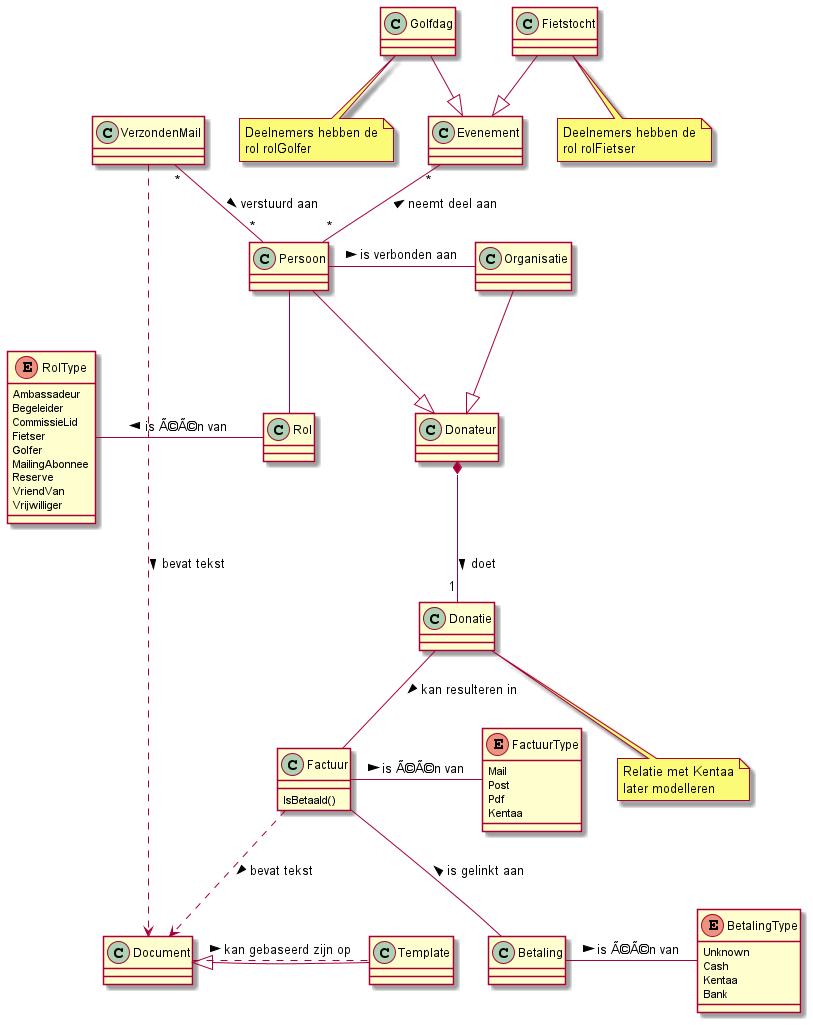
Above: Doc/images/BerghAdminClassModel.png in florisz/BerghAdmin (PlantUML), before the change.
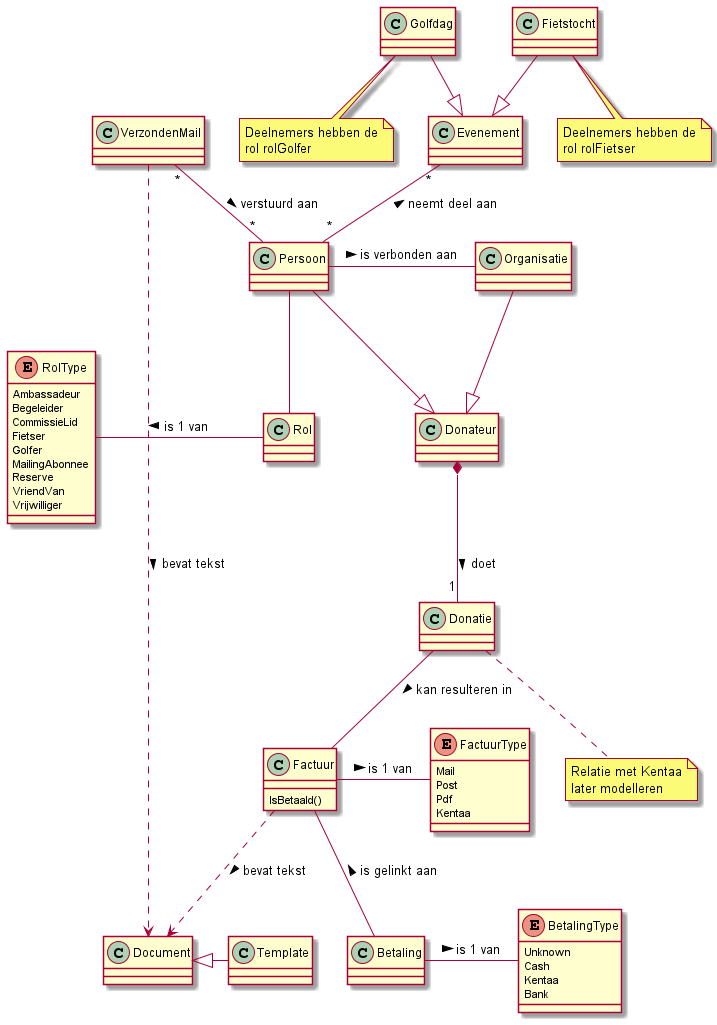
The same file after the commit.

The edit, as a diff of the source:
```diff
@@ -22,7 +22,7 @@
 Persoon -right- Organisatie : > is verbonden aan
 
 Persoon -down- Rol
-Rol -left- RolType : is Ã©Ã©n van >
+Rol -left- RolType : is 1 van >
 
 Class VerzondenMail {
 }
@@ -49,7 +49,7 @@
   Pdf
   Kentaa
 }
-Factuur -right- FactuurType : is Ã©Ã©n van >
+Factuur -right- FactuurType : is 1 van >
 
 class Betaling {
 
@@ -60,7 +60,7 @@
   Kentaa
   Bank
 }
-Betaling -right- BetalingType : is Ã©Ã©n van >
+Betaling -right- BetalingType : is 1 van >
 
 Donatie -- Factuur : > kan resulteren in
 Factuur -- Betaling : < is gelinkt aan
@@ -72,7 +72,6 @@
 
 }
 Document <|-right- Template
-Document .. Template : > kan gebaseerd zijn op
 
 Factuur ..> Document : > bevat tekst
 VerzondenMail ..> Document : > bevat tekst
```
